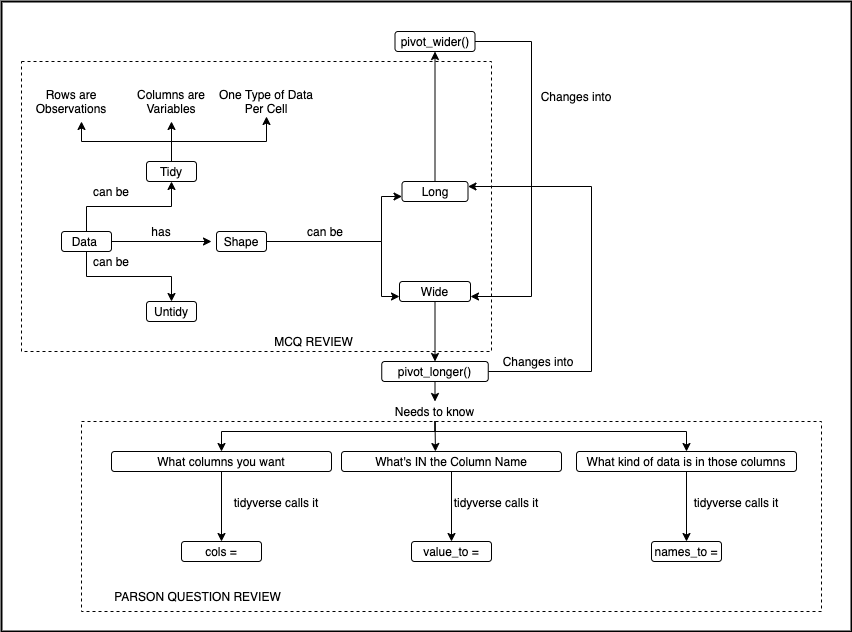
Before: img/pivot_longer_concept_map.png, a diagram exported from draw.io (davidjohnbaker1/rstudio_certification_training). Source tidied: cells renumbered, new cells last; positions are measured from the earlier drawing's top-left corner, leaving out a move shared by most shapes.
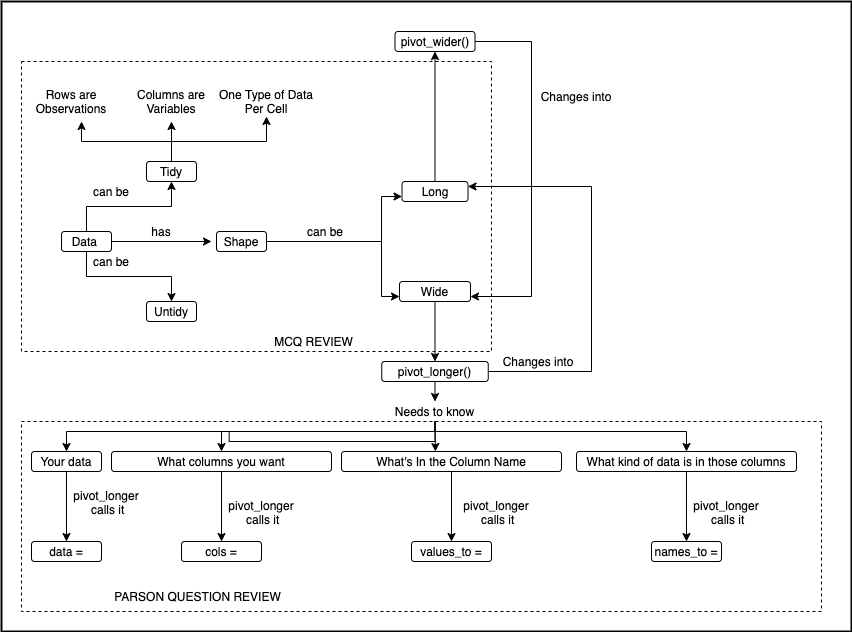
After the change.

Change to the diagram source:
```diff
@@ -2,12 +2,12 @@
   <root>
     <mxCell id="0" />
     <mxCell id="1" parent="0" />
+    <mxCell id="3" style="rounded=0;whiteSpace=wrap;html=1;fillColor=none;strokeWidth=2;" parent="1" vertex="1">
+      <mxGeometry width="850" height="630" as="geometry" />
+    </mxCell>
     <mxCell id="2" style="rounded=0;whiteSpace=wrap;html=1;fillColor=none;dashed=1;" parent="1" vertex="1">
-      <mxGeometry x="80" y="420" width="740" height="190" as="geometry" />
+      <mxGeometry x="20" y="420" width="800" height="190" as="geometry" />
     </mxCell>
-    <mxCell id="3" style="rounded=0;whiteSpace=wrap;html=1;fillColor=none;strokeWidth=2;" parent="1" vertex="1">
-      <mxGeometry width="850" height="630" as="geometry" />
-    </mxCell>
     <mxCell id="4" style="rounded=0;whiteSpace=wrap;html=1;fillColor=none;dashed=1;" parent="1" vertex="1">
       <mxGeometry x="20" y="60" width="470" height="290" as="geometry" />
     </mxCell>
@@ -94,7 +94,7 @@
     <mxCell id="23" style="edgeStyle=orthogonalEdgeStyle;rounded=0;jettySize=auto;html=1;exitX=0.5;exitY=1;exitDx=0;exitDy=0;entryX=0.5;entryY=0;entryDx=0;entryDy=0;" parent="1" edge="1" source="24" target="31">
       <mxGeometry relative="1" as="geometry" />
     </mxCell>
-    <mxCell id="24" value="What's IN the Column Name" style="rounded=1;whiteSpace=wrap;html=1;" parent="1" vertex="1">
+    <mxCell id="24" value="What's In the Column Name" style="rounded=1;whiteSpace=wrap;html=1;" parent="1" vertex="1">
       <mxGeometry x="340" y="450" width="220" height="20" as="geometry" />
     </mxCell>
     <mxCell id="25" style="edgeStyle=orthogonalEdgeStyle;rounded=0;jettySize=auto;html=1;exitX=0.5;exitY=1;exitDx=0;exitDy=0;entryX=0.5;entryY=0;entryDx=0;entryDy=0;" parent="1" edge="1" source="26" target="30">
@@ -109,13 +109,10 @@
     <mxCell id="28" value="What kind of data is in those columns" style="rounded=1;whiteSpace=wrap;html=1;" parent="1" vertex="1">
       <mxGeometry x="575" y="450" width="220" height="20" as="geometry" />
     </mxCell>
-    <mxCell id="29" value="tidyverse calls it" style="rounded=1;whiteSpace=wrap;html=1;" parent="1" vertex="1">
-      <mxGeometry x="680" y="500" width="110" as="geometry" />
-    </mxCell>
     <mxCell id="30" value="cols =" style="rounded=1;whiteSpace=wrap;html=1;" parent="1" vertex="1">
       <mxGeometry x="180" y="540" width="80" height="20" as="geometry" />
     </mxCell>
-    <mxCell id="31" value="value_to =" style="rounded=1;whiteSpace=wrap;html=1;" parent="1" vertex="1">
+    <mxCell id="31" value="values_to =" style="rounded=1;whiteSpace=wrap;html=1;" parent="1" vertex="1">
       <mxGeometry x="410" y="540" width="80" height="20" as="geometry" />
     </mxCell>
     <mxCell id="32" value="names_to =" style="rounded=1;whiteSpace=wrap;html=1;" parent="1" vertex="1">
@@ -181,20 +178,38 @@
         </Array>
       </mxGeometry>
     </mxCell>
+    <mxCell id="53" style="edgeStyle=orthogonalEdgeStyle;rounded=0;jettySize=auto;html=1;exitX=0.5;exitY=1;exitDx=0;exitDy=0;" parent="1" edge="1" source="48" target="55">
+      <mxGeometry relative="1" as="geometry" />
+    </mxCell>
     <mxCell id="48" value="Needs to know" style="text;html=1;strokeColor=none;fillColor=none;align=center;verticalAlign=middle;whiteSpace=wrap;rounded=0;" parent="1" vertex="1">
       <mxGeometry x="355.2" y="400" width="156.5" height="20" as="geometry" />
     </mxCell>
-    <mxCell id="49" value="tidyverse calls it" style="rounded=1;whiteSpace=wrap;html=1;" parent="1" vertex="1">
-      <mxGeometry x="440" y="500" width="110" as="geometry" />
-    </mxCell>
-    <mxCell id="50" value="tidyverse calls it" style="rounded=1;whiteSpace=wrap;html=1;" parent="1" vertex="1">
-      <mxGeometry x="220" y="500" width="110" as="geometry" />
-    </mxCell>
     <mxCell id="51" value="MCQ REVIEW" style="text;html=1;strokeColor=none;fillColor=none;align=center;verticalAlign=middle;whiteSpace=wrap;rounded=0;dashed=1;" parent="1" vertex="1">
       <mxGeometry x="270.2" y="330" width="85" height="20" as="geometry" />
     </mxCell>
     <mxCell id="52" value="PARSON QUESTION REVIEW" style="text;html=1;strokeColor=none;fillColor=none;align=center;verticalAlign=middle;whiteSpace=wrap;rounded=0;dashed=1;" parent="1" vertex="1">
       <mxGeometry x="89" y="585" width="215" height="20" as="geometry" />
     </mxCell>
+    <mxCell id="54" style="edgeStyle=orthogonalEdgeStyle;rounded=0;jettySize=auto;html=1;exitX=0.5;exitY=1;exitDx=0;exitDy=0;entryX=0.5;entryY=0;entryDx=0;entryDy=0;" parent="1" edge="1" source="55" target="56">
+      <mxGeometry relative="1" as="geometry" />
+    </mxCell>
+    <mxCell id="55" value="Your data" style="rounded=1;whiteSpace=wrap;html=1;" parent="1" vertex="1">
+      <mxGeometry x="30" y="450" width="70" height="20" as="geometry" />
+    </mxCell>
+    <mxCell id="56" value="data =" style="rounded=1;whiteSpace=wrap;html=1;" parent="1" vertex="1">
+      <mxGeometry x="30" y="540" width="70" height="20" as="geometry" />
+    </mxCell>
+    <mxCell id="57" value="pivot_longer&lt;br&gt;&amp;nbsp;calls it" style="rounded=1;whiteSpace=wrap;html=1;" parent="1" vertex="1">
+      <mxGeometry x="50" y="500" width="110" as="geometry" />
+    </mxCell>
+    <mxCell id="58" value="pivot_longer&lt;br&gt;&amp;nbsp;calls it" style="rounded=1;whiteSpace=wrap;html=1;" parent="1" vertex="1">
+      <mxGeometry x="670" y="510" width="110" as="geometry" />
+    </mxCell>
+    <mxCell id="59" value="pivot_longer&lt;br&gt;&amp;nbsp;calls it" style="rounded=1;whiteSpace=wrap;html=1;" parent="1" vertex="1">
+      <mxGeometry x="440" y="510" width="110" as="geometry" />
+    </mxCell>
+    <mxCell id="60" value="pivot_longer&lt;br&gt;&amp;nbsp;calls it" style="rounded=1;whiteSpace=wrap;html=1;" parent="1" vertex="1">
+      <mxGeometry x="205" y="510" width="110" as="geometry" />
+    </mxCell>
   </root>
 </mxGraphModel>
```
